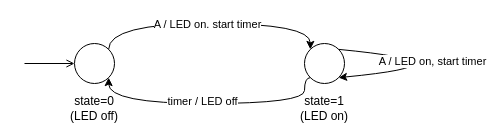
eelcodijkstra/pcintrobook keeps this draw.io diagram as page "led-met-timer-diagram" (3 of 4) of figs/toestandsdiagrammen.drawio. Above is the earlier version. Source tidied: cells renumbered, new cells numbered last; positions are measured from the earlier drawing's top-left corner, leaving out a move shared by most shapes. Both pictures are drawn from the tidied source at 100%, with x=0, y=0 at pixel (24, 23).
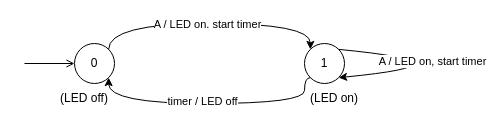
Above is the later version.

Change to the diagram source:
```diff
@@
-    <mxCell id="2" style="ellipse;whiteSpace=wrap;html=1;rounded=1;" parent="1" vertex="1">
+    <mxCell id="2" value="0" style="ellipse;whiteSpace=wrap;html=1;rounded=1;" parent="1" vertex="1">
       <mxGeometry x="50" y="20" width="40" height="40" as="geometry" />
     </mxCell>
-    <mxCell id="3" style="ellipse;whiteSpace=wrap;html=1;rounded=1;" parent="1" vertex="1">
+    <mxCell id="3" value="1" style="ellipse;whiteSpace=wrap;html=1;rounded=1;" parent="1" vertex="1">
       <mxGeometry x="280" y="20" width="40" height="40" as="geometry" />
     </mxCell>
@@
-    <mxCell id="8" value="state=0&lt;div&gt;(LED off)&lt;/div&gt;" style="text;html=1;align=center;verticalAlign=middle;whiteSpace=wrap;rounded=1;" parent="1" vertex="1">
-      <mxGeometry x="40" y="70" width="60" height="30" as="geometry" />
+    <mxCell id="8" value="&lt;div&gt;(LED off)&lt;/div&gt;" style="text;html=1;align=center;verticalAlign=middle;whiteSpace=wrap;rounded=1;" parent="1" vertex="1">
+      <mxGeometry x="30" y="60" width="60" height="30" as="geometry" />
     </mxCell>
-    <mxCell id="9" value="state=1&lt;div&gt;(LED on)&lt;/div&gt;" style="text;html=1;align=center;verticalAlign=middle;whiteSpace=wrap;rounded=1;" parent="1" vertex="1">
-      <mxGeometry x="270" y="70" width="60" height="30" as="geometry" />
+    <mxCell id="9" value="&lt;div&gt;(LED on)&lt;/div&gt;" style="text;html=1;align=center;verticalAlign=middle;whiteSpace=wrap;rounded=1;" parent="1" vertex="1">
+      <mxGeometry x="280" y="60" width="60" height="30" as="geometry" />
     </mxCell>
```
